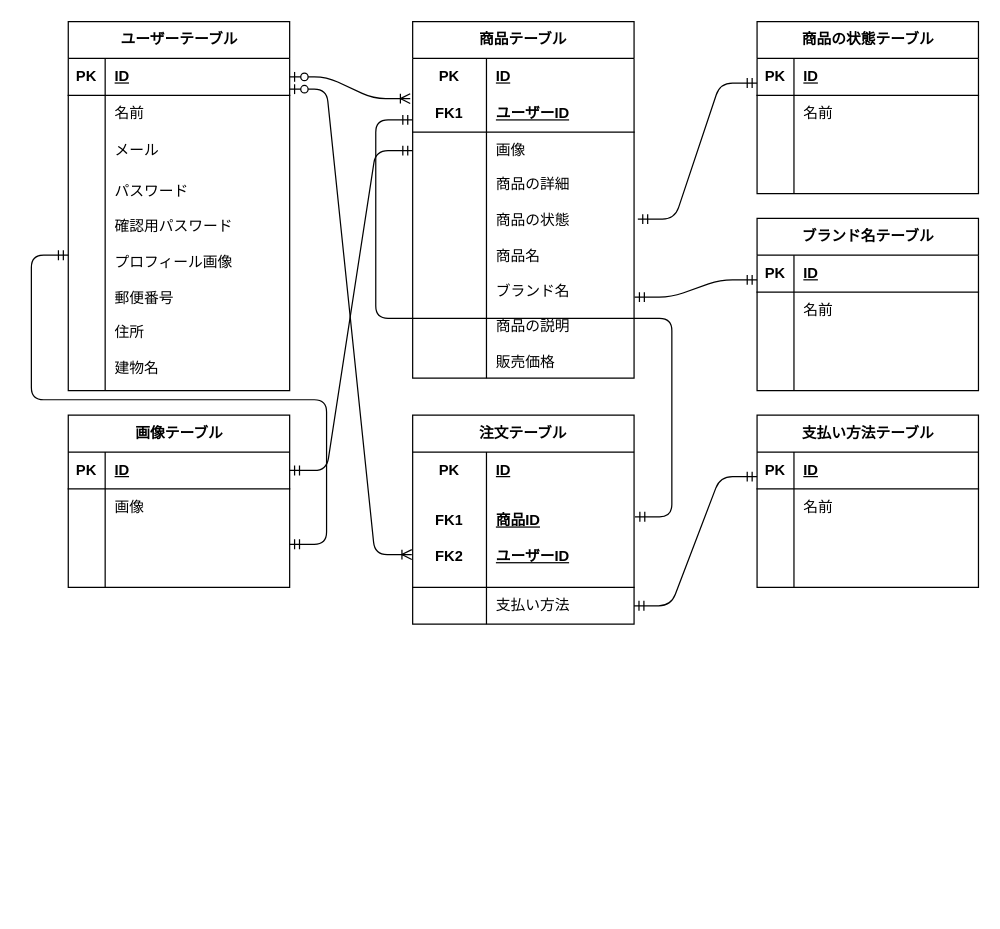
This is er-diagram.drawio from casanova1502/beginner-simulation-case, a draw.io file, before an edit. Source tidied: cells renumbered, new cells numbered last; positions are measured from the earlier drawing's top-left corner, leaving out a move shared by most shapes. Both pictures are drawn from the tidied source at 123%, with x=0, y=0 at pixel (68, 21).
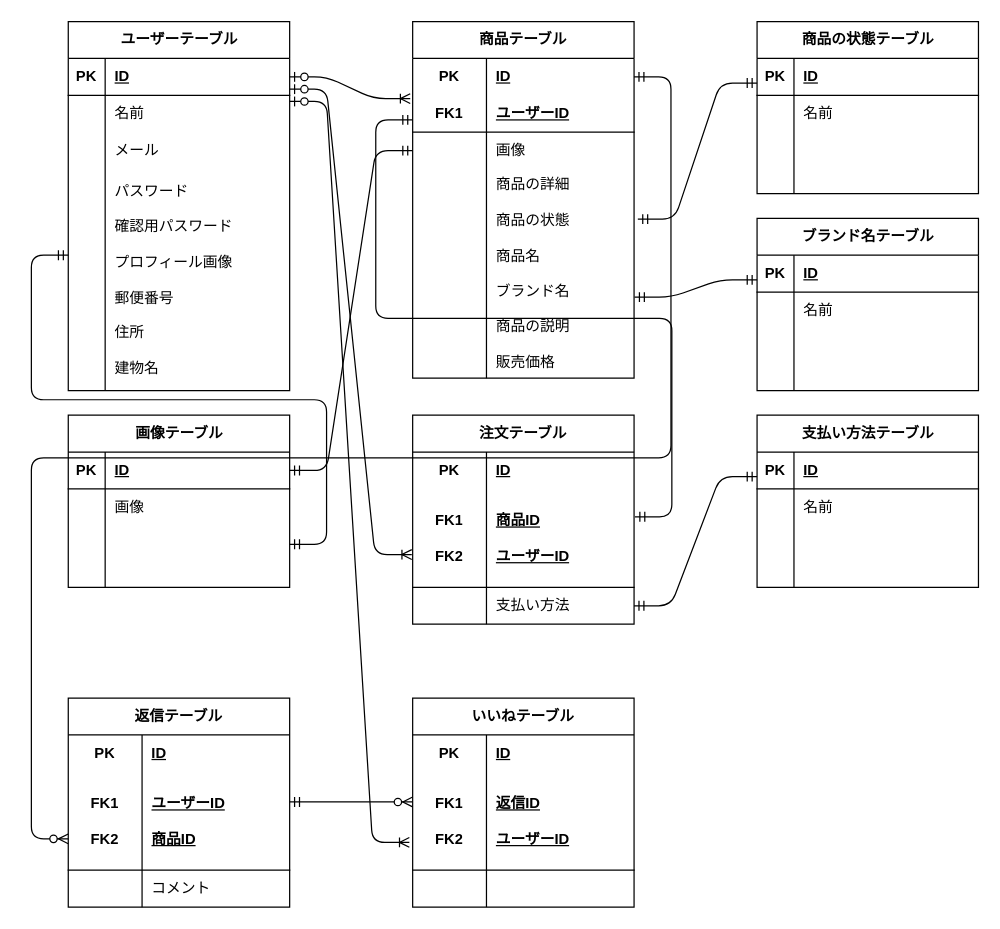
The same page after the edit.

Unchanged cells that the change refers to:
```xml
<mxCell id="16" style="shape=tableRow;horizontal=0;startSize=0;swimlaneHead=0;swimlaneBody=0;fillColor=none;points=[[0,0.5],[1,0.5]];portConstraint=eastwest;top=0;left=0;right=0;bottom=0;html=1;" parent="15" vertex="1">
  <mxGeometry y="30" width="180" height="30" as="geometry" />
</mxCell>
```

What changed in the source:
```diff
@@
+    <mxCell id="98" value="いいねテーブル" style="shape=table;startSize=30;childLayout=tableLayout;rowLines=0;fontStyle=1;align=center;html=1;whiteSpace=wrap;" parent="1" vertex="1">
+      <mxGeometry x="280" y="550" width="180" height="170" as="geometry" />
+    </mxCell>
+    <mxCell id="99" style="shape=tableRow;horizontal=0;startSize=0;swimlaneHead=0;swimlaneBody=0;fillColor=none;top=0;left=0;right=0;bottom=0;html=1;" parent="98" vertex="1">
+      <mxGeometry y="30" width="180" height="30" as="geometry" />
+    </mxCell>
+    <mxCell id="100" value="PK" style="shape=partialRectangle;fillColor=none;top=0;left=0;bottom=0;right=0;fontStyle=1;overflow=hidden;html=1;whiteSpace=wrap;" parent="99" vertex="1">
+      <mxGeometry width="60" height="30" as="geometry" />
+    </mxCell>
+    <mxCell id="101" value="ID" style="shape=partialRectangle;fillColor=none;top=0;left=0;bottom=0;right=0;align=left;spacingLeft=6;fontStyle=5;overflow=hidden;html=1;whiteSpace=wrap;" parent="99" vertex="1">
+      <mxGeometry x="60" width="120" height="30" as="geometry" />
+    </mxCell>
+    <mxCell id="102" style="shape=tableRow;horizontal=0;startSize=0;swimlaneHead=0;swimlaneBody=0;fillColor=none;points=[[0,0.5],[1,0.5]];portConstraint=eastwest;top=0;left=0;right=0;bottom=1;html=1;" parent="98" vertex="1">
+      <mxGeometry y="60" width="180" height="80" as="geometry" />
+    </mxCell>
+    <mxCell id="103" value="FK1&lt;div&gt;&lt;br&gt;&lt;/div&gt;&lt;div&gt;FK2&lt;/div&gt;" style="shape=partialRectangle;fillColor=none;top=0;left=0;bottom=0;right=0;fontStyle=1;overflow=hidden;html=1;whiteSpace=wrap;" parent="102" vertex="1">
+      <mxGeometry width="60" height="80" as="geometry" />
+    </mxCell>
+    <mxCell id="104" value="返信ID&lt;div&gt;&lt;br&gt;&lt;/div&gt;&lt;div&gt;ユーザーID&lt;/div&gt;" style="shape=partialRectangle;fillColor=none;top=0;left=0;bottom=0;right=0;align=left;spacingLeft=6;fontStyle=5;overflow=hidden;html=1;whiteSpace=wrap;" parent="102" vertex="1">
+      <mxGeometry x="60" width="120" height="80" as="geometry" />
+    </mxCell>
+    <mxCell id="105" style="shape=tableRow;horizontal=0;startSize=0;swimlaneHead=0;swimlaneBody=0;fillColor=none;top=0;left=0;right=0;bottom=0;html=1;" parent="98" vertex="1">
+      <mxGeometry y="140" width="180" height="30" as="geometry" />
+    </mxCell>
+    <mxCell id="106" style="shape=partialRectangle;fillColor=none;top=0;left=0;bottom=0;right=0;overflow=hidden;html=1;whiteSpace=wrap;" parent="105" vertex="1">
+      <mxGeometry width="60" height="30" as="geometry" />
+    </mxCell>
+    <mxCell id="107" style="shape=partialRectangle;fillColor=none;top=0;left=0;bottom=0;right=0;align=left;spacingLeft=6;overflow=hidden;html=1;whiteSpace=wrap;" parent="105" vertex="1">
+      <mxGeometry x="60" width="120" height="30" as="geometry" />
+    </mxCell>
+    <mxCell id="108" value="返信テーブル" style="shape=table;startSize=30;childLayout=tableLayout;rowLines=0;fontStyle=1;align=center;html=1;whiteSpace=wrap;" parent="1" vertex="1">
+      <mxGeometry y="550" width="180" height="170" as="geometry" />
+    </mxCell>
+    <mxCell id="109" style="shape=tableRow;horizontal=0;startSize=0;swimlaneHead=0;swimlaneBody=0;fillColor=none;top=0;left=0;right=0;bottom=0;html=1;" parent="108" vertex="1">
+      <mxGeometry y="30" width="180" height="30" as="geometry" />
+    </mxCell>
+    <mxCell id="110" value="PK" style="shape=partialRectangle;fillColor=none;top=0;left=0;bottom=0;right=0;fontStyle=1;overflow=hidden;html=1;whiteSpace=wrap;" parent="109" vertex="1">
+      <mxGeometry width="60" height="30" as="geometry" />
+    </mxCell>
+    <mxCell id="111" value="ID" style="shape=partialRectangle;fillColor=none;top=0;left=0;bottom=0;right=0;align=left;spacingLeft=6;fontStyle=5;overflow=hidden;html=1;whiteSpace=wrap;" parent="109" vertex="1">
+      <mxGeometry x="60" width="120" height="30" as="geometry" />
+    </mxCell>
+    <mxCell id="112" style="shape=tableRow;horizontal=0;startSize=0;swimlaneHead=0;swimlaneBody=0;fillColor=none;top=0;left=0;right=0;bottom=1;html=1;" parent="108" vertex="1">
+      <mxGeometry y="60" width="180" height="80" as="geometry" />
+    </mxCell>
+    <mxCell id="113" value="FK1&lt;div&gt;&lt;br&gt;&lt;/div&gt;&lt;div&gt;FK2&lt;/div&gt;" style="shape=partialRectangle;fillColor=none;top=0;left=0;bottom=0;right=0;fontStyle=1;overflow=hidden;html=1;whiteSpace=wrap;" parent="112" vertex="1">
+      <mxGeometry width="60" height="80" as="geometry" />
+    </mxCell>
+    <mxCell id="114" value="ユーザーID&lt;div&gt;&lt;br&gt;&lt;/div&gt;&lt;div&gt;商品ID&lt;/div&gt;" style="shape=partialRectangle;fillColor=none;top=0;left=0;bottom=0;right=0;align=left;spacingLeft=6;fontStyle=5;overflow=hidden;html=1;whiteSpace=wrap;" parent="112" vertex="1">
+      <mxGeometry x="60" width="120" height="80" as="geometry" />
+    </mxCell>
+    <mxCell id="115" style="shape=tableRow;horizontal=0;startSize=0;swimlaneHead=0;swimlaneBody=0;fillColor=none;top=0;left=0;right=0;bottom=0;html=1;" parent="108" vertex="1">
+      <mxGeometry y="140" width="180" height="30" as="geometry" />
+    </mxCell>
+    <mxCell id="116" style="shape=partialRectangle;fillColor=none;top=0;left=0;bottom=0;right=0;overflow=hidden;html=1;whiteSpace=wrap;" parent="115" vertex="1">
+      <mxGeometry width="60" height="30" as="geometry" />
+    </mxCell>
+    <mxCell id="117" value="コメント" style="shape=partialRectangle;fillColor=none;top=0;left=0;bottom=0;right=0;align=left;spacingLeft=6;overflow=hidden;html=1;whiteSpace=wrap;" parent="115" vertex="1">
+      <mxGeometry x="60" width="120" height="30" as="geometry" />
+    </mxCell>
+    <mxCell id="118" style="edgeStyle=entityRelationEdgeStyle;fontSize=12;html=1;endArrow=ERzeroToMany;startArrow=ERmandOne;entryX=0;entryY=0.5;entryDx=0;entryDy=0;exitX=1;exitY=0.5;exitDx=0;exitDy=0;" parent="1" edge="1">
+      <mxGeometry relative="1" as="geometry">
+        <mxPoint x="180" y="634.5" as="sourcePoint" />
+        <mxPoint x="280" y="634.5" as="targetPoint" />
+      </mxGeometry>
+    </mxCell>
+    <mxCell id="119" style="edgeStyle=entityRelationEdgeStyle;fontSize=12;html=1;endArrow=ERoneToMany;startArrow=ERzeroToOne;entryX=-0.015;entryY=0.717;entryDx=0;entryDy=0;exitX=1;exitY=0.5;exitDx=0;exitDy=0;entryPerimeter=0;" parent="1" edge="1" target="102">
+      <mxGeometry relative="1" as="geometry">
+        <mxPoint x="180" y="65" as="sourcePoint" />
+      </mxGeometry>
+    </mxCell>
+    <mxCell id="120" style="edgeStyle=entityRelationEdgeStyle;fontSize=12;html=1;endArrow=ERzeroToMany;startArrow=ERmandOne;entryX=0;entryY=0.5;entryDx=0;entryDy=0;exitX=1;exitY=0.5;exitDx=0;exitDy=0;" parent="1" edge="1" source="16">
+      <mxGeometry relative="1" as="geometry">
+        <mxPoint y="664.5" as="targetPoint" />
+        <Array as="points">
+          <mxPoint x="-160" y="670" />
+          <mxPoint x="-160" y="630" />
+        </Array>
+      </mxGeometry>
+    </mxCell>
```
